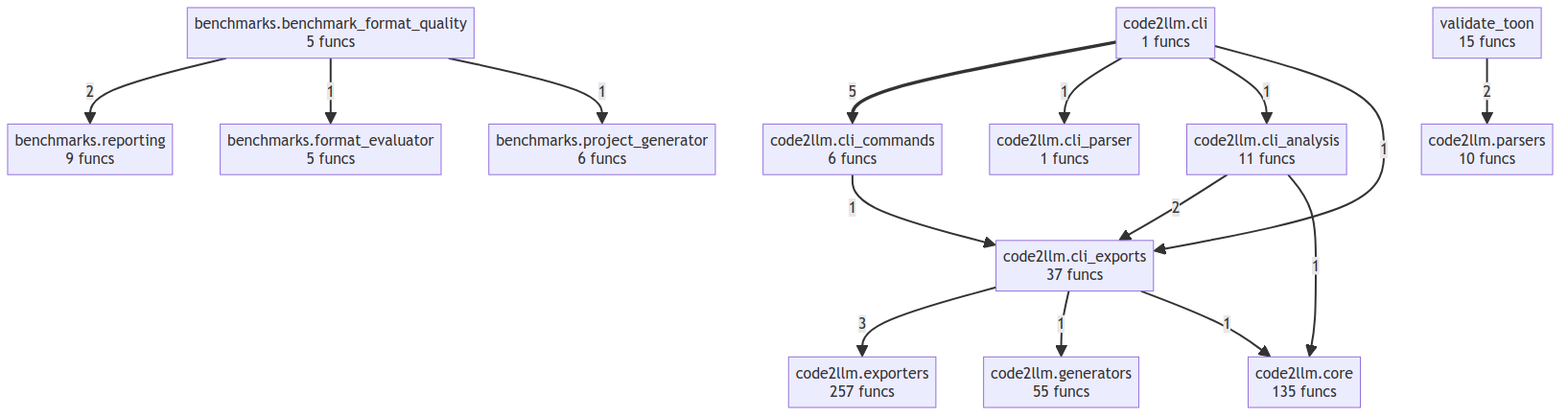
Above: project/compact_flow.png in wronai/code2flow (Mermaid), before the change. Its source is kept beside it as project/compact_flow.mmd.
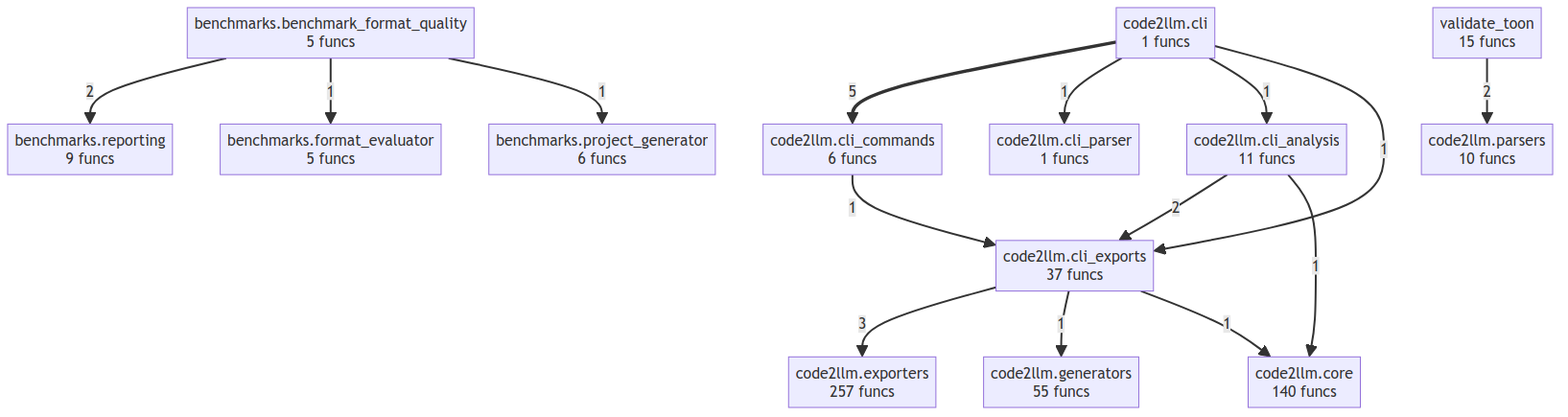
The same file after the commit.

Diff of the diagram source:
```diff
@@ -8,7 +8,7 @@
     code2llm_cli_commands["code2llm.cli_commands<br/>6 funcs"]
     code2llm_cli_exports["code2llm.cli_exports<br/>37 funcs"]
     code2llm_cli_parser["code2llm.cli_parser<br/>1 funcs"]
-    code2llm_core["code2llm.core<br/>135 funcs"]
+    code2llm_core["code2llm.core<br/>140 funcs"]
     code2llm_exporters["code2llm.exporters<br/>257 funcs"]
     code2llm_generators["code2llm.generators<br/>55 funcs"]
     code2llm_parsers["code2llm.parsers<br/>10 funcs"]
```
